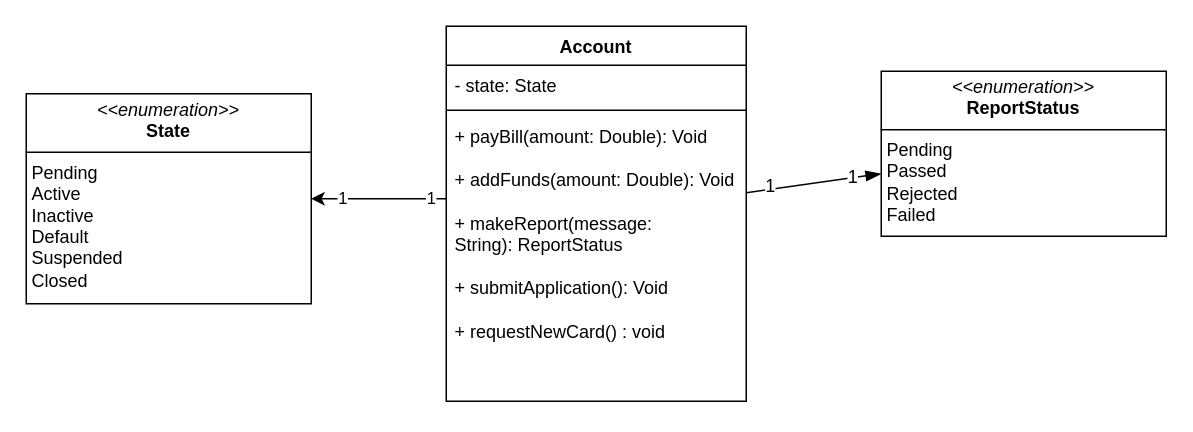
Before: page "Page-3" (3 of 3) of workshop6_week7.drawio in antonykimuom/SWEN30006-2025-SM1-workshop1-tuew05-14-00-team-12, a draw.io diagram. Source tidied: cells renumbered, new cells numbered last; positions are measured from the earlier drawing's top-left corner, leaving out a move shared by most shapes. Both pictures are drawn from the tidied source at 150%, with x=0, y=0 at pixel (26, 26).
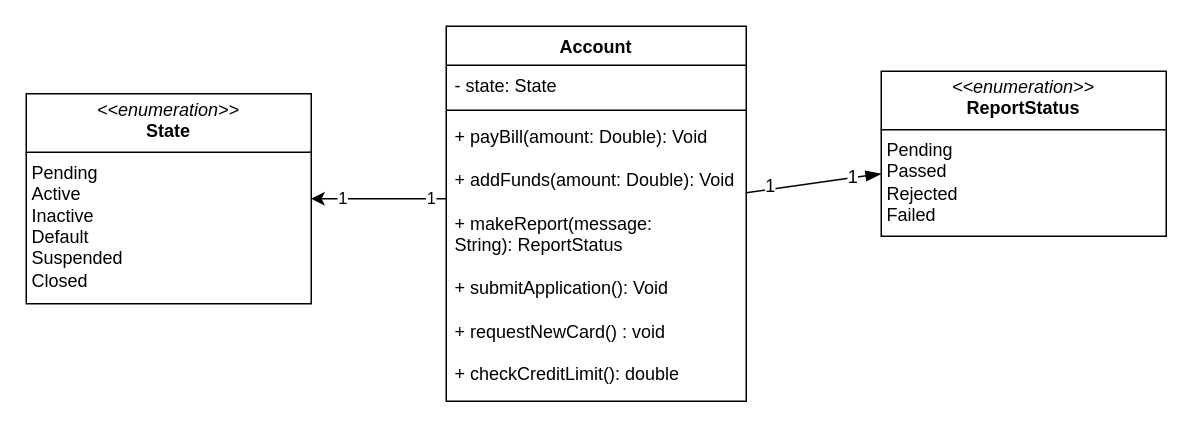
The same diagram, later.

Commit message:
added credit function

What changed in the source:
```diff
@@
 <mxGraphModel>
   <root>
     <mxCell id="0" />
     <mxCell id="1" parent="0" />
     <mxCell id="2" value="Account" style="swimlane;fontStyle=1;align=center;verticalAlign=top;horizontal=1;startSize=26;whiteSpace=wrap;html=1;" parent="1" vertex="1">
       <mxGeometry x="280" width="200" height="250" as="geometry" />
     </mxCell>
     <mxCell id="3" value="- state: State" style="text;strokeColor=none;fillColor=none;align=left;verticalAlign=top;spacingLeft=4;spacingRight=4;overflow=hidden;whiteSpace=wrap;html=1;" parent="2" vertex="1">
       <mxGeometry y="26" width="200" height="26" as="geometry" />
     </mxCell>
     <mxCell id="4" style="line;strokeWidth=1;fillColor=none;align=left;verticalAlign=middle;spacingTop=-1;spacingLeft=3;spacingRight=3;labelPosition=right;strokeColor=inherit;" parent="2" vertex="1">
       <mxGeometry y="52" width="200" height="8" as="geometry" />
     </mxCell>
-    <mxCell id="5" value="+ payBill(amount: Double): Void&lt;div&gt;&lt;br&gt;&lt;/div&gt;&lt;div&gt;+ addFunds(amount: Double): Void&lt;/div&gt;&lt;div&gt;&lt;br&gt;&lt;/div&gt;&lt;div&gt;+ makeReport(message: String):&amp;nbsp;&lt;span style=&quot;background-color: transparent; color: light-dark(rgb(0, 0, 0), rgb(255, 255, 255)); text-align: center;&quot;&gt;ReportStatus&lt;/span&gt;&lt;/div&gt;&lt;div&gt;&lt;span style=&quot;background-color: transparent; color: light-dark(rgb(0, 0, 0), rgb(255, 255, 255)); text-align: center;&quot;&gt;&lt;br&gt;&lt;/span&gt;&lt;/div&gt;&lt;div&gt;&lt;span style=&quot;background-color: transparent; color: light-dark(rgb(0, 0, 0), rgb(255, 255, 255)); text-align: center;&quot;&gt;+ submitApplication(): Void&lt;/span&gt;&lt;/div&gt;&lt;div&gt;&lt;span style=&quot;background-color: transparent; color: light-dark(rgb(0, 0, 0), rgb(255, 255, 255)); text-align: center;&quot;&gt;&lt;br&gt;&lt;/span&gt;&lt;/div&gt;&lt;div&gt;&lt;span style=&quot;background-color: transparent; color: light-dark(rgb(0, 0, 0), rgb(255, 255, 255)); text-align: center;&quot;&gt;+ requestNewCard() : void&lt;/span&gt;&lt;/div&gt;" style="text;strokeColor=none;fillColor=none;align=left;verticalAlign=top;spacingLeft=4;spacingRight=4;overflow=hidden;whiteSpace=wrap;html=1;" parent="2" vertex="1">
+    <mxCell id="5" value="+ payBill(amount: Double): Void&lt;div&gt;&lt;br&gt;&lt;/div&gt;&lt;div&gt;+ addFunds(amount: Double): Void&lt;/div&gt;&lt;div&gt;&lt;br&gt;&lt;/div&gt;&lt;div&gt;+ makeReport(message: String):&amp;nbsp;&lt;span style=&quot;background-color: transparent; color: light-dark(rgb(0, 0, 0), rgb(255, 255, 255)); text-align: center;&quot;&gt;ReportStatus&lt;/span&gt;&lt;/div&gt;&lt;div&gt;&lt;span style=&quot;background-color: transparent; color: light-dark(rgb(0, 0, 0), rgb(255, 255, 255)); text-align: center;&quot;&gt;&lt;br&gt;&lt;/span&gt;&lt;/div&gt;&lt;div&gt;&lt;span style=&quot;background-color: transparent; color: light-dark(rgb(0, 0, 0), rgb(255, 255, 255)); text-align: center;&quot;&gt;+ submitApplication(): Void&lt;/span&gt;&lt;/div&gt;&lt;div&gt;&lt;span style=&quot;background-color: transparent; color: light-dark(rgb(0, 0, 0), rgb(255, 255, 255)); text-align: center;&quot;&gt;&lt;br&gt;&lt;/span&gt;&lt;/div&gt;&lt;div&gt;&lt;span style=&quot;background-color: transparent; color: light-dark(rgb(0, 0, 0), rgb(255, 255, 255)); text-align: center;&quot;&gt;+ requestNewCard() : void&lt;/span&gt;&lt;/div&gt;&lt;div&gt;&lt;span style=&quot;background-color: transparent; color: light-dark(rgb(0, 0, 0), rgb(255, 255, 255)); text-align: center;&quot;&gt;&lt;br&gt;&lt;/span&gt;&lt;/div&gt;&lt;div&gt;&lt;span style=&quot;background-color: transparent; color: light-dark(rgb(0, 0, 0), rgb(255, 255, 255)); text-align: center;&quot;&gt;+ checkCreditLimit(): double&lt;/span&gt;&lt;/div&gt;" style="text;strokeColor=none;fillColor=none;align=left;verticalAlign=top;spacingLeft=4;spacingRight=4;overflow=hidden;whiteSpace=wrap;html=1;" parent="2" vertex="1">
       <mxGeometry y="60" width="200" height="190" as="geometry" />
     </mxCell>
     <mxCell id="6" value="&lt;p style=&quot;margin:0px;margin-top:4px;text-align:center;&quot;&gt;&lt;i&gt;&amp;lt;&amp;lt;enumeration&amp;gt;&amp;gt;&lt;/i&gt;&lt;br&gt;&lt;b&gt;State&lt;/b&gt;&lt;/p&gt;&lt;hr size=&quot;1&quot; style=&quot;border-style:solid;&quot;&gt;&lt;p style=&quot;margin:0px;margin-left:4px;&quot;&gt;Pending&lt;/p&gt;&lt;p style=&quot;margin:0px;margin-left:4px;&quot;&gt;Active&lt;/p&gt;&lt;p style=&quot;margin:0px;margin-left:4px;&quot;&gt;Inactive&lt;/p&gt;&lt;p style=&quot;margin:0px;margin-left:4px;&quot;&gt;Default&lt;/p&gt;&lt;p style=&quot;margin:0px;margin-left:4px;&quot;&gt;Suspended&lt;/p&gt;&lt;p style=&quot;margin:0px;margin-left:4px;&quot;&gt;Closed&lt;/p&gt;&lt;p style=&quot;margin:0px;margin-left:4px;&quot;&gt;&lt;br&gt;&lt;/p&gt;" style="verticalAlign=top;align=left;overflow=fill;html=1;whiteSpace=wrap;" parent="1" vertex="1">
       <mxGeometry y="45" width="190" height="140" as="geometry" />
     </mxCell>
     <mxCell id="7" style="endArrow=classic;html=1;rounded=0;entryX=1;entryY=0.5;entryDx=0;entryDy=0;edgeStyle=orthogonalEdgeStyle;" parent="1" edge="1" source="2" target="6">
       <mxGeometry relative="1" as="geometry">
         <Array as="points">
           <mxPoint x="260" y="115" />
           <mxPoint x="260" y="115" />
         </Array>
       </mxGeometry>
     </mxCell>
     <mxCell id="8" value="1" style="edgeLabel;html=1;align=center;verticalAlign=middle;" parent="7" vertex="1">
       <mxGeometry x="0.84" y="-1" relative="1" as="geometry">
         <mxPoint x="13" as="offset" />
       </mxGeometry>
     </mxCell>
     <mxCell id="9" value="1" style="edgeLabel;html=1;align=center;verticalAlign=middle;" parent="7" vertex="1">
       <mxGeometry x="-0.75" y="-1" relative="1" as="geometry" />
     </mxCell>
     <mxCell id="10" style="edgeStyle=none;curved=1;rounded=0;jettySize=auto;html=1;fontSize=12;startSize=8;endSize=8;endArrow=none;endFill=0;startFill=1;startArrow=blockThin;" parent="1" edge="1" source="13" target="2">
       <mxGeometry relative="1" as="geometry" />
     </mxCell>
     <mxCell id="11" value="1" style="edgeLabel;html=1;align=center;verticalAlign=middle;fontSize=12;" parent="10" vertex="1">
       <mxGeometry x="0.65" y="-2" relative="1" as="geometry" />
     </mxCell>
     <mxCell id="12" value="1" style="edgeLabel;html=1;align=center;verticalAlign=middle;fontSize=12;" parent="10" vertex="1">
       <mxGeometry x="-0.55" y="-1" relative="1" as="geometry" />
     </mxCell>
     <mxCell id="13" value="&lt;p style=&quot;margin:0px;margin-top:4px;text-align:center;&quot;&gt;&lt;i&gt;&amp;lt;&amp;lt;enumeration&amp;gt;&amp;gt;&lt;/i&gt;&lt;br&gt;&lt;b&gt;ReportStatus&lt;/b&gt;&lt;/p&gt;&lt;hr size=&quot;1&quot; style=&quot;border-style:solid;&quot;&gt;&lt;p style=&quot;margin:0px;margin-left:4px;&quot;&gt;Pending&lt;/p&gt;&lt;p style=&quot;margin:0px;margin-left:4px;&quot;&gt;Passed&lt;/p&gt;&lt;p style=&quot;margin:0px;margin-left:4px;&quot;&gt;Rejected&lt;/p&gt;&lt;p style=&quot;margin:0px;margin-left:4px;&quot;&gt;Failed&lt;/p&gt;" style="verticalAlign=top;align=left;overflow=fill;html=1;whiteSpace=wrap;" parent="1" vertex="1">
       <mxGeometry x="570" y="30" width="190" height="110" as="geometry" />
     </mxCell>
   </root>
 </mxGraphModel>
```
